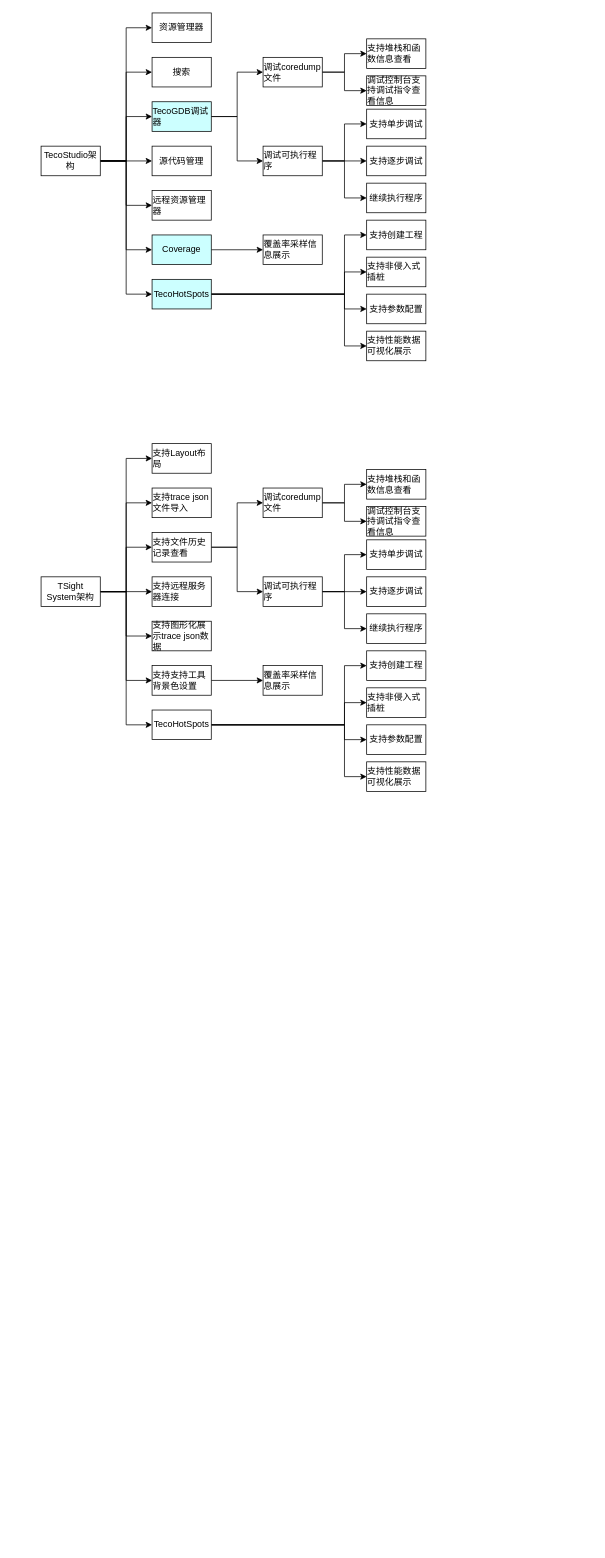
The draw.io diagram images/未命名绘图.drawio in Edgar8a2023/tecoprofiler, before the edit. Source tidied: cells renumbered, new cells numbered last; positions are measured from the earlier drawing's top-left corner, leaving out a move shared by most shapes. Both pictures are drawn from the tidied source at 74%, with x=0, y=0 at pixel (41, 13).
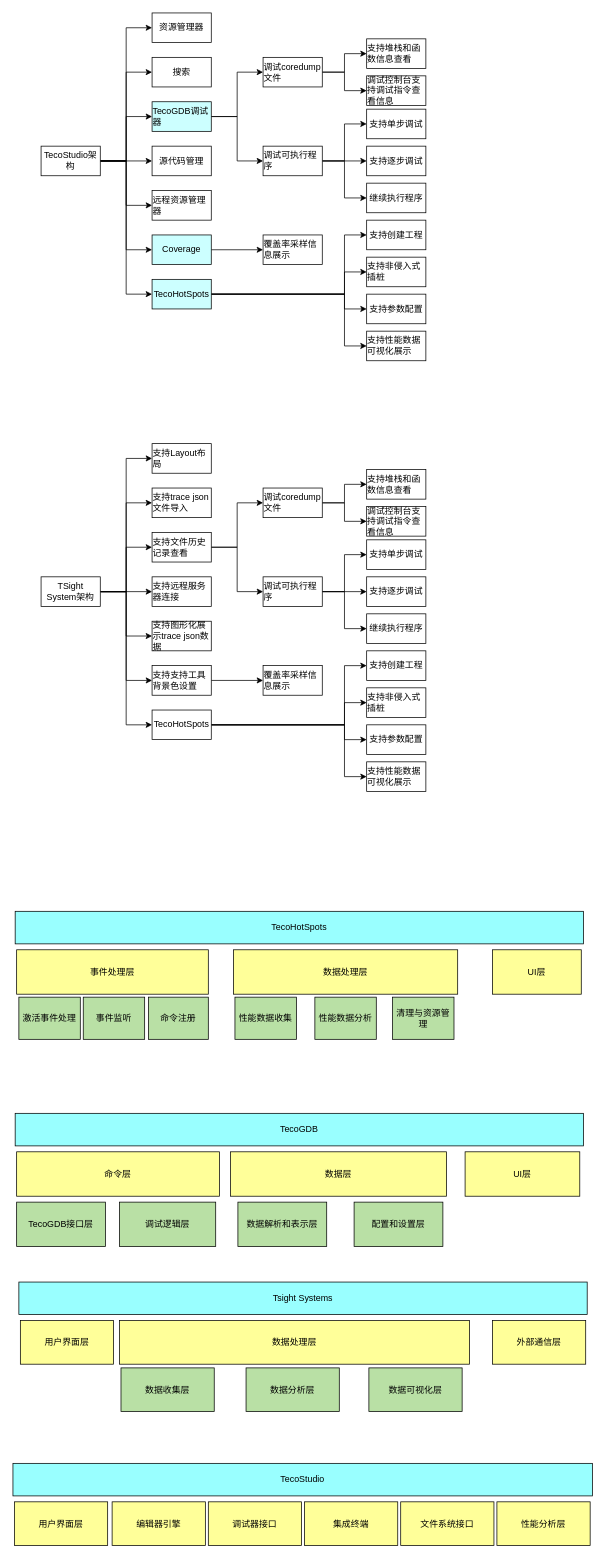
Above is the later version.

Commit message:
更新未命名绘图.drawio

Change to the diagram source:
```diff
@@
+    <mxCell id="80" value="TecoHotSpots" style="whiteSpace=wrap;html=1;fillColor=#99FFFF;" parent="1" vertex="1">
+      <mxGeometry x="-35" y="1214" width="768" height="44" as="geometry" />
+    </mxCell>
+    <mxCell id="81" value="UI层" style="whiteSpace=wrap;html=1;fillColor=#FFFF99;" parent="1" vertex="1">
+      <mxGeometry x="610" y="1266" width="120" height="60" as="geometry" />
+    </mxCell>
+    <mxCell id="82" value="数据处理层" style="whiteSpace=wrap;html=1;fillColor=#FFFF99;" parent="1" vertex="1">
+      <mxGeometry x="260" y="1266" width="303" height="60" as="geometry" />
+    </mxCell>
+    <mxCell id="83" value="事件处理层" style="whiteSpace=wrap;html=1;fillColor=#FFFF99;" parent="1" vertex="1">
+      <mxGeometry x="-33" y="1266" width="259" height="60" as="geometry" />
+    </mxCell>
+    <mxCell id="84" value="激活事件处理" style="whiteSpace=wrap;html=1;fillColor=#B9E0A5;" parent="1" vertex="1">
+      <mxGeometry x="-30" y="1330" width="83" height="57" as="geometry" />
+    </mxCell>
+    <mxCell id="85" value="事件监听" style="whiteSpace=wrap;html=1;fillColor=#B9E0A5;" parent="1" vertex="1">
+      <mxGeometry x="57" y="1330" width="83" height="57" as="geometry" />
+    </mxCell>
+    <mxCell id="86" value="命令注册" style="whiteSpace=wrap;html=1;fillColor=#B9E0A5;" parent="1" vertex="1">
+      <mxGeometry x="145" y="1330" width="81" height="57" as="geometry" />
+    </mxCell>
+    <mxCell id="87" value="性能数据收集" style="whiteSpace=wrap;html=1;fillColor=#B9E0A5;" parent="1" vertex="1">
+      <mxGeometry x="262" y="1330" width="83" height="57" as="geometry" />
+    </mxCell>
+    <mxCell id="88" value="性能数据分析" style="whiteSpace=wrap;html=1;fillColor=#B9E0A5;" parent="1" vertex="1">
+      <mxGeometry x="370" y="1330" width="83" height="57" as="geometry" />
+    </mxCell>
+    <mxCell id="89" value="清理与资源管理" style="whiteSpace=wrap;html=1;fillColor=#B9E0A5;" parent="1" vertex="1">
+      <mxGeometry x="475" y="1330" width="83" height="57" as="geometry" />
+    </mxCell>
+    <mxCell id="90" value="TecoGDB" style="whiteSpace=wrap;html=1;fillColor=#99FFFF;" parent="1" vertex="1">
+      <mxGeometry x="-35" y="1487" width="768" height="44" as="geometry" />
+    </mxCell>
+    <mxCell id="91" value="UI层" style="whiteSpace=wrap;html=1;fillColor=#FFFF99;" parent="1" vertex="1">
+      <mxGeometry x="573" y="1539" width="155" height="60" as="geometry" />
+    </mxCell>
+    <mxCell id="92" value="调试逻辑层" style="whiteSpace=wrap;html=1;fillColor=#B9E0A5;" parent="1" vertex="1">
+      <mxGeometry x="106" y="1607" width="130" height="60" as="geometry" />
+    </mxCell>
+    <mxCell id="93" value="命令层" style="whiteSpace=wrap;html=1;fillColor=#FFFF99;" parent="1" vertex="1">
+      <mxGeometry x="-33" y="1539" width="274" height="60" as="geometry" />
+    </mxCell>
+    <mxCell id="94" value="TecoGDB接口层" style="whiteSpace=wrap;html=1;fillColor=#B9E0A5;" parent="1" vertex="1">
+      <mxGeometry x="-33" y="1607" width="120" height="60" as="geometry" />
+    </mxCell>
+    <mxCell id="95" value="数据层" style="whiteSpace=wrap;html=1;fillColor=#FFFF99;" parent="1" vertex="1">
+      <mxGeometry x="256" y="1539" width="292" height="60" as="geometry" />
+    </mxCell>
+    <mxCell id="96" value="配置和设置层" style="whiteSpace=wrap;html=1;fillColor=#B9E0A5;" parent="1" vertex="1">
+      <mxGeometry x="423" y="1607" width="120" height="60" as="geometry" />
+    </mxCell>
+    <mxCell id="97" value="数据解析和表示层" style="whiteSpace=wrap;html=1;fillColor=#B9E0A5;" parent="1" vertex="1">
+      <mxGeometry x="266" y="1607" width="120" height="60" as="geometry" />
+    </mxCell>
+    <mxCell id="98" value="Tsight Systems" style="whiteSpace=wrap;html=1;fillColor=#99FFFF;" parent="1" vertex="1">
+      <mxGeometry x="-30" y="1715" width="768" height="44" as="geometry" />
+    </mxCell>
+    <mxCell id="99" value="用户界面层" style="whiteSpace=wrap;html=1;fillColor=#FFFF99;" parent="1" vertex="1">
+      <mxGeometry x="-28" y="1767" width="126" height="59" as="geometry" />
+    </mxCell>
+    <mxCell id="100" value="数据处理层" style="whiteSpace=wrap;html=1;fillColor=#FFFF99;" parent="1" vertex="1">
+      <mxGeometry x="106" y="1767" width="473" height="59" as="geometry" />
+    </mxCell>
+    <mxCell id="101" value="外部通信层" style="whiteSpace=wrap;html=1;fillColor=#FFFF99;" parent="1" vertex="1">
+      <mxGeometry x="610" y="1767" width="126" height="59" as="geometry" />
+    </mxCell>
+    <mxCell id="102" value="数据收集层" style="whiteSpace=wrap;html=1;fillColor=#B9E0A5;" parent="1" vertex="1">
+      <mxGeometry x="108" y="1831" width="126" height="59" as="geometry" />
+    </mxCell>
+    <mxCell id="103" value="数据分析层" style="whiteSpace=wrap;html=1;fillColor=#B9E0A5;" parent="1" vertex="1">
+      <mxGeometry x="277" y="1831" width="126" height="59" as="geometry" />
+    </mxCell>
+    <mxCell id="104" value="数据可视化层" style="whiteSpace=wrap;html=1;fillColor=#B9E0A5;" parent="1" vertex="1">
+      <mxGeometry x="443" y="1831" width="126" height="59" as="geometry" />
+    </mxCell>
+    <mxCell id="105" value="TecoStudio" style="whiteSpace=wrap;html=1;fillColor=#99FFFF;" parent="1" vertex="1">
+      <mxGeometry x="-38" y="1960" width="783" height="44" as="geometry" />
+    </mxCell>
+    <mxCell id="106" value="用户界面层" style="whiteSpace=wrap;html=1;fillColor=#FFFF99;" parent="1" vertex="1">
+      <mxGeometry x="-36" y="2012" width="126" height="59" as="geometry" />
+    </mxCell>
+    <mxCell id="107" value="性能分析层" style="whiteSpace=wrap;html=1;fillColor=#FFFF99;" parent="1" vertex="1">
+      <mxGeometry x="616" y="2012" width="126" height="59" as="geometry" />
+    </mxCell>
+    <mxCell id="108" value="编辑器引擎" style="whiteSpace=wrap;html=1;fillColor=#FFFF99;" parent="1" vertex="1">
+      <mxGeometry x="96" y="2012" width="126" height="59" as="geometry" />
+    </mxCell>
+    <mxCell id="109" value="调试器接口" style="whiteSpace=wrap;html=1;fillColor=#FFFF99;" parent="1" vertex="1">
+      <mxGeometry x="226" y="2012" width="126" height="59" as="geometry" />
+    </mxCell>
+    <mxCell id="110" value="集成终端" style="whiteSpace=wrap;html=1;fillColor=#FFFF99;" parent="1" vertex="1">
+      <mxGeometry x="356" y="2012" width="126" height="59" as="geometry" />
+    </mxCell>
+    <mxCell id="111" value="文件系统接口" style="whiteSpace=wrap;html=1;fillColor=#FFFF99;" parent="1" vertex="1">
+      <mxGeometry x="486" y="2012" width="126" height="59" as="geometry" />
+    </mxCell>
```
